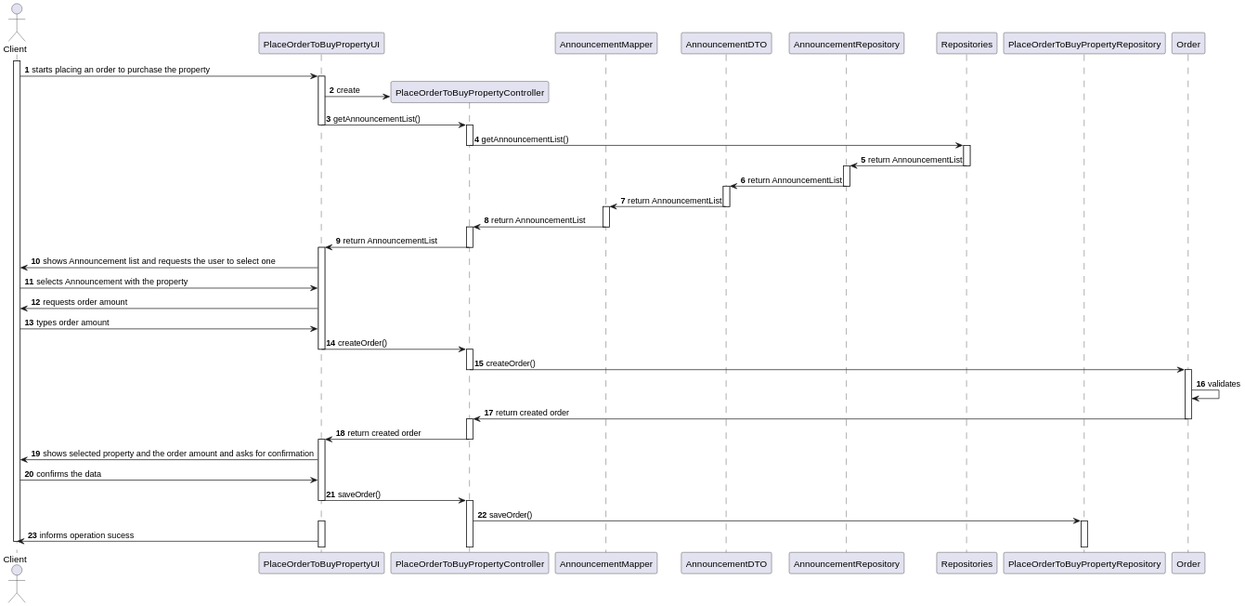
This is docs/sprintD/US010/03.design/svg/SD.svg from tiagohcorreia/LAPR2, a PlantUML export, as it was before one commit.
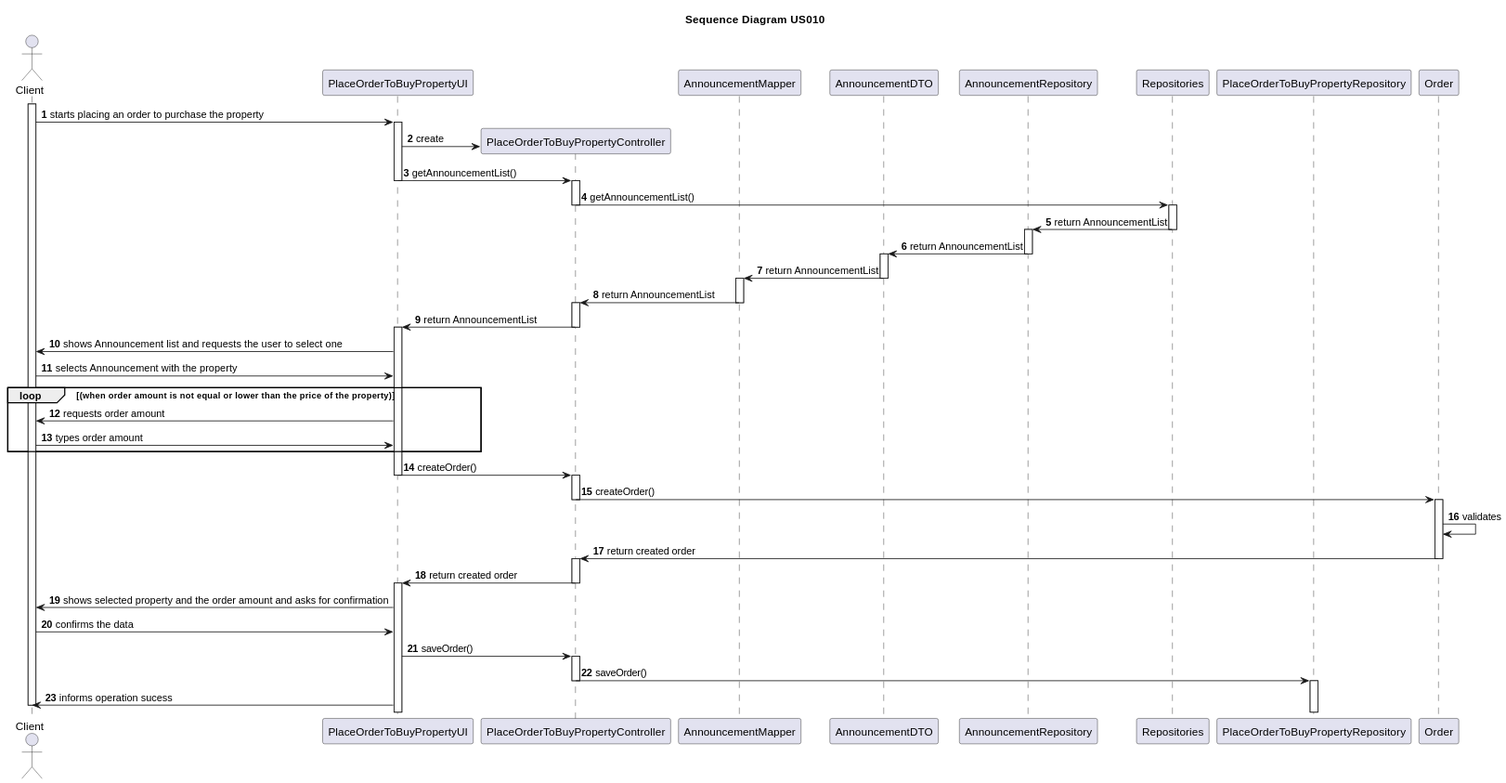
After the change.

Commit message:
[US010] System sequence diagram updated. Sequence diagram updated. Class diagram updated. Tests added

Diff of the diagram source:
```diff
@@ -1,5 +1,5 @@
 @startuml
-autonumber
+title Sequence Diagram US010
 
 actor Client as client
 participant PlaceOrderToBuyPropertyUI as ui
@@ -60,9 +60,12 @@
 
 client -> ui: selects Announcement with the property
 
-ui -> client: requests order amount
+loop (when order amount is not equal or lower than the price of the property)
 
-client -> ui: types order amount
+    ui -> client: requests order amount
+    client -> ui: types order amount
+
+end
 
 ui -> ctr: createOrder()
 
@@ -92,13 +95,12 @@
 
 ui -> ctr: saveOrder()
 
-deactivate ui
 activate ctr
 
 ctr -> PlaceOrderToBuyPropertyRepository: saveOrder()
 
+deactivate ctr
 activate PlaceOrderToBuyPropertyRepository
-activate ui
 
 ui -> client: informs operation sucess
 
```
